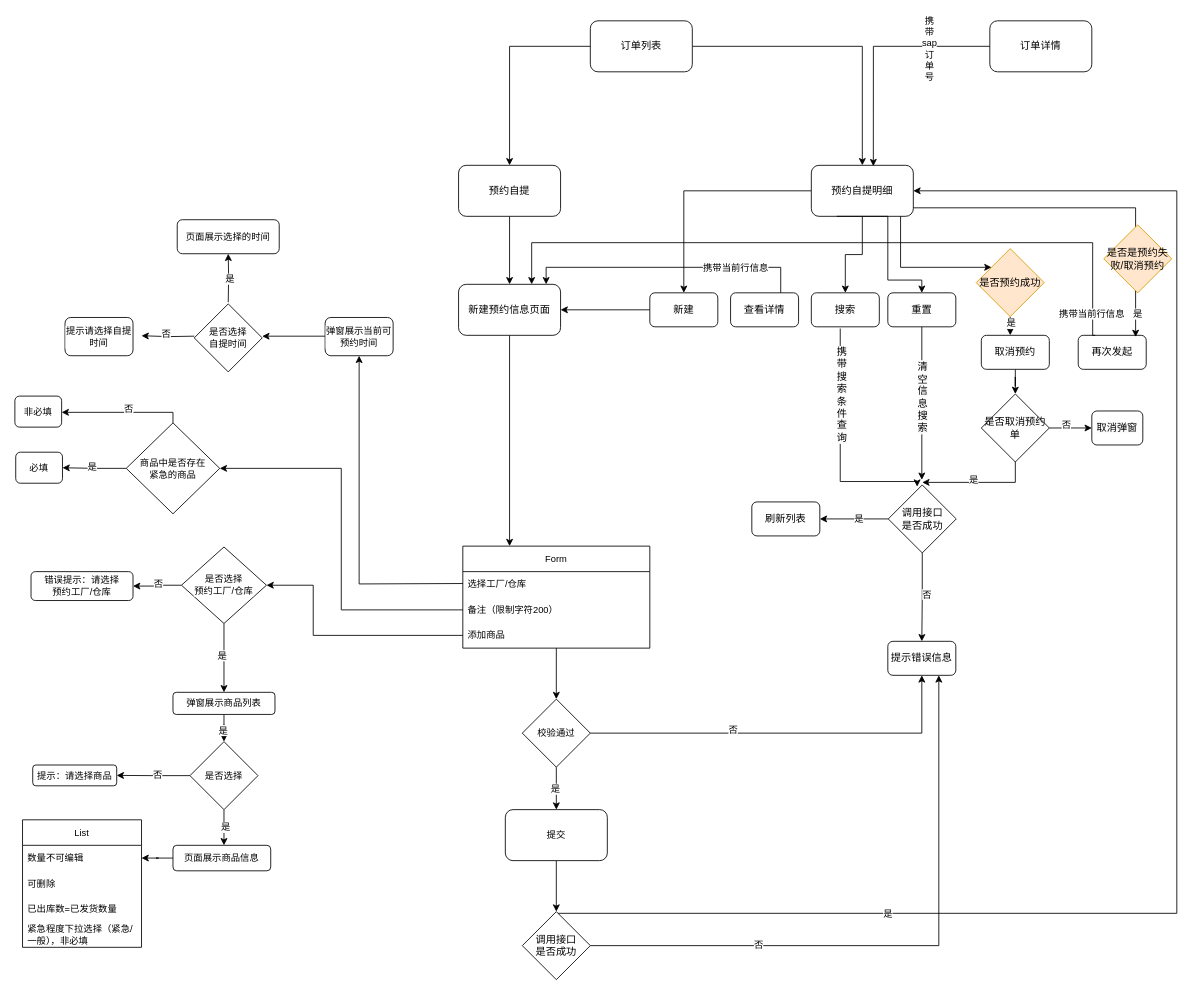
Earlier version of the draw.io diagram 管业增加自提订单预约功能/新建预约信息页面.drawio (wangadai/draw). Source tidied: cells renumbered, new cells numbered last; positions are measured from the earlier drawing's top-left corner, leaving out a move shared by most shapes. Both pictures are drawn from the tidied source at 85%, with x=0, y=0 at pixel (14, 20).
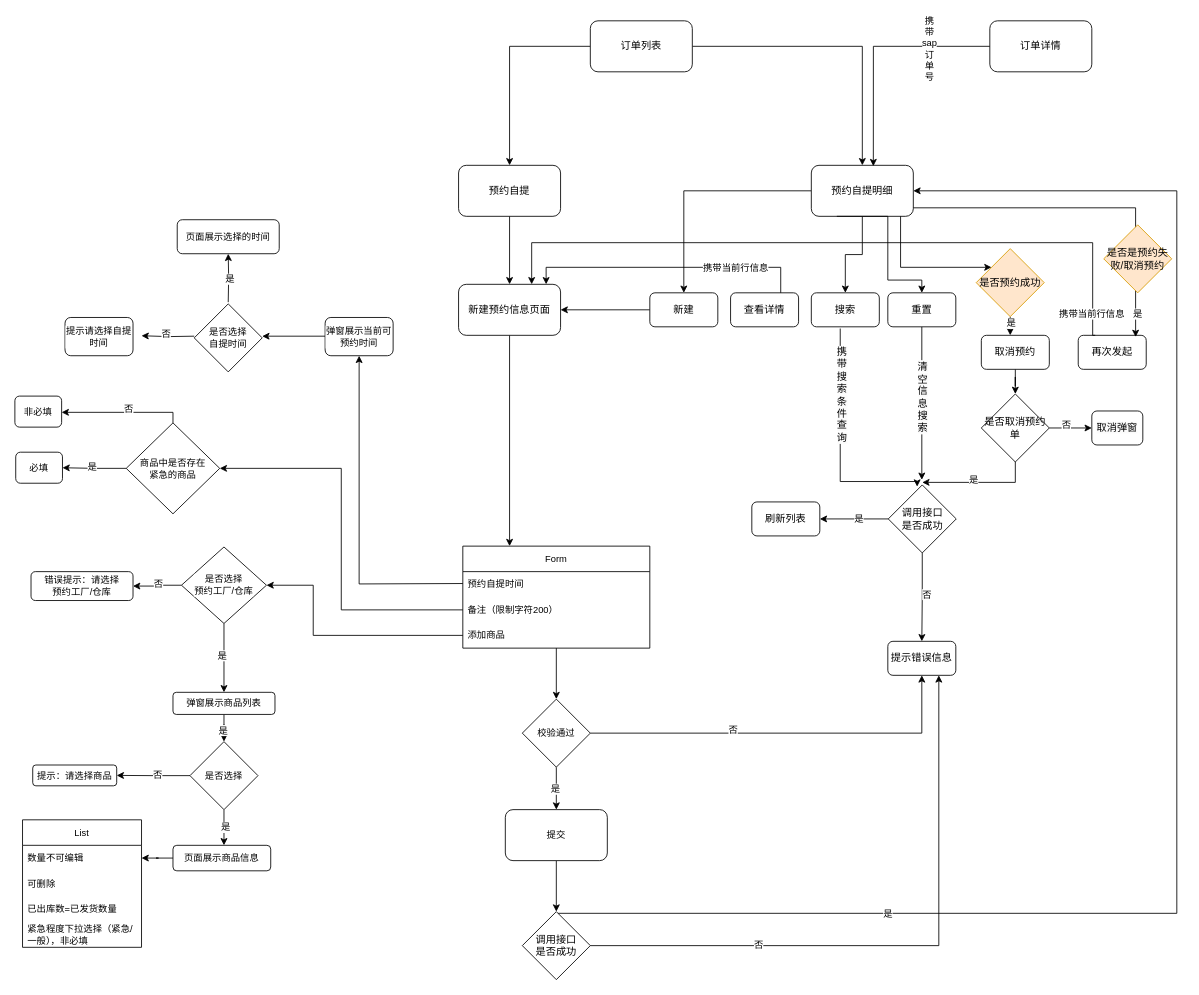
The same diagram, later.

Commit message:
更新新建预约信息页面.drawio

The change refers to these unchanged cells:
```xml
<mxCell id="39" value="Form" style="swimlane;fontStyle=0;horizontal=1;startSize=30;whiteSpace=wrap;html=1;fontFamily=Helvetica;fontSize=11;fontColor=default;labelBackgroundColor=default;" parent="1" vertex="1">
  <mxGeometry x="527" y="618" width="220" height="120" as="geometry" />
</mxCell>
```

What changed in the source:
```diff
@@
-    <mxCell id="40" value="选择工厂/仓库" style="text;strokeColor=none;fillColor=none;align=left;verticalAlign=middle;spacingLeft=4;spacingRight=4;overflow=hidden;whiteSpace=wrap;html=1;fontFamily=Helvetica;fontSize=11;fontColor=default;labelBackgroundColor=default;" parent="39" vertex="1">
+    <mxCell id="40" value="预约自提时间" style="text;strokeColor=none;fillColor=none;align=left;verticalAlign=middle;spacingLeft=4;spacingRight=4;overflow=hidden;whiteSpace=wrap;html=1;fontFamily=Helvetica;fontSize=11;fontColor=default;labelBackgroundColor=default;" parent="39" vertex="1">
       <mxGeometry y="30" width="220" height="30" as="geometry" />
     </mxCell>
```
